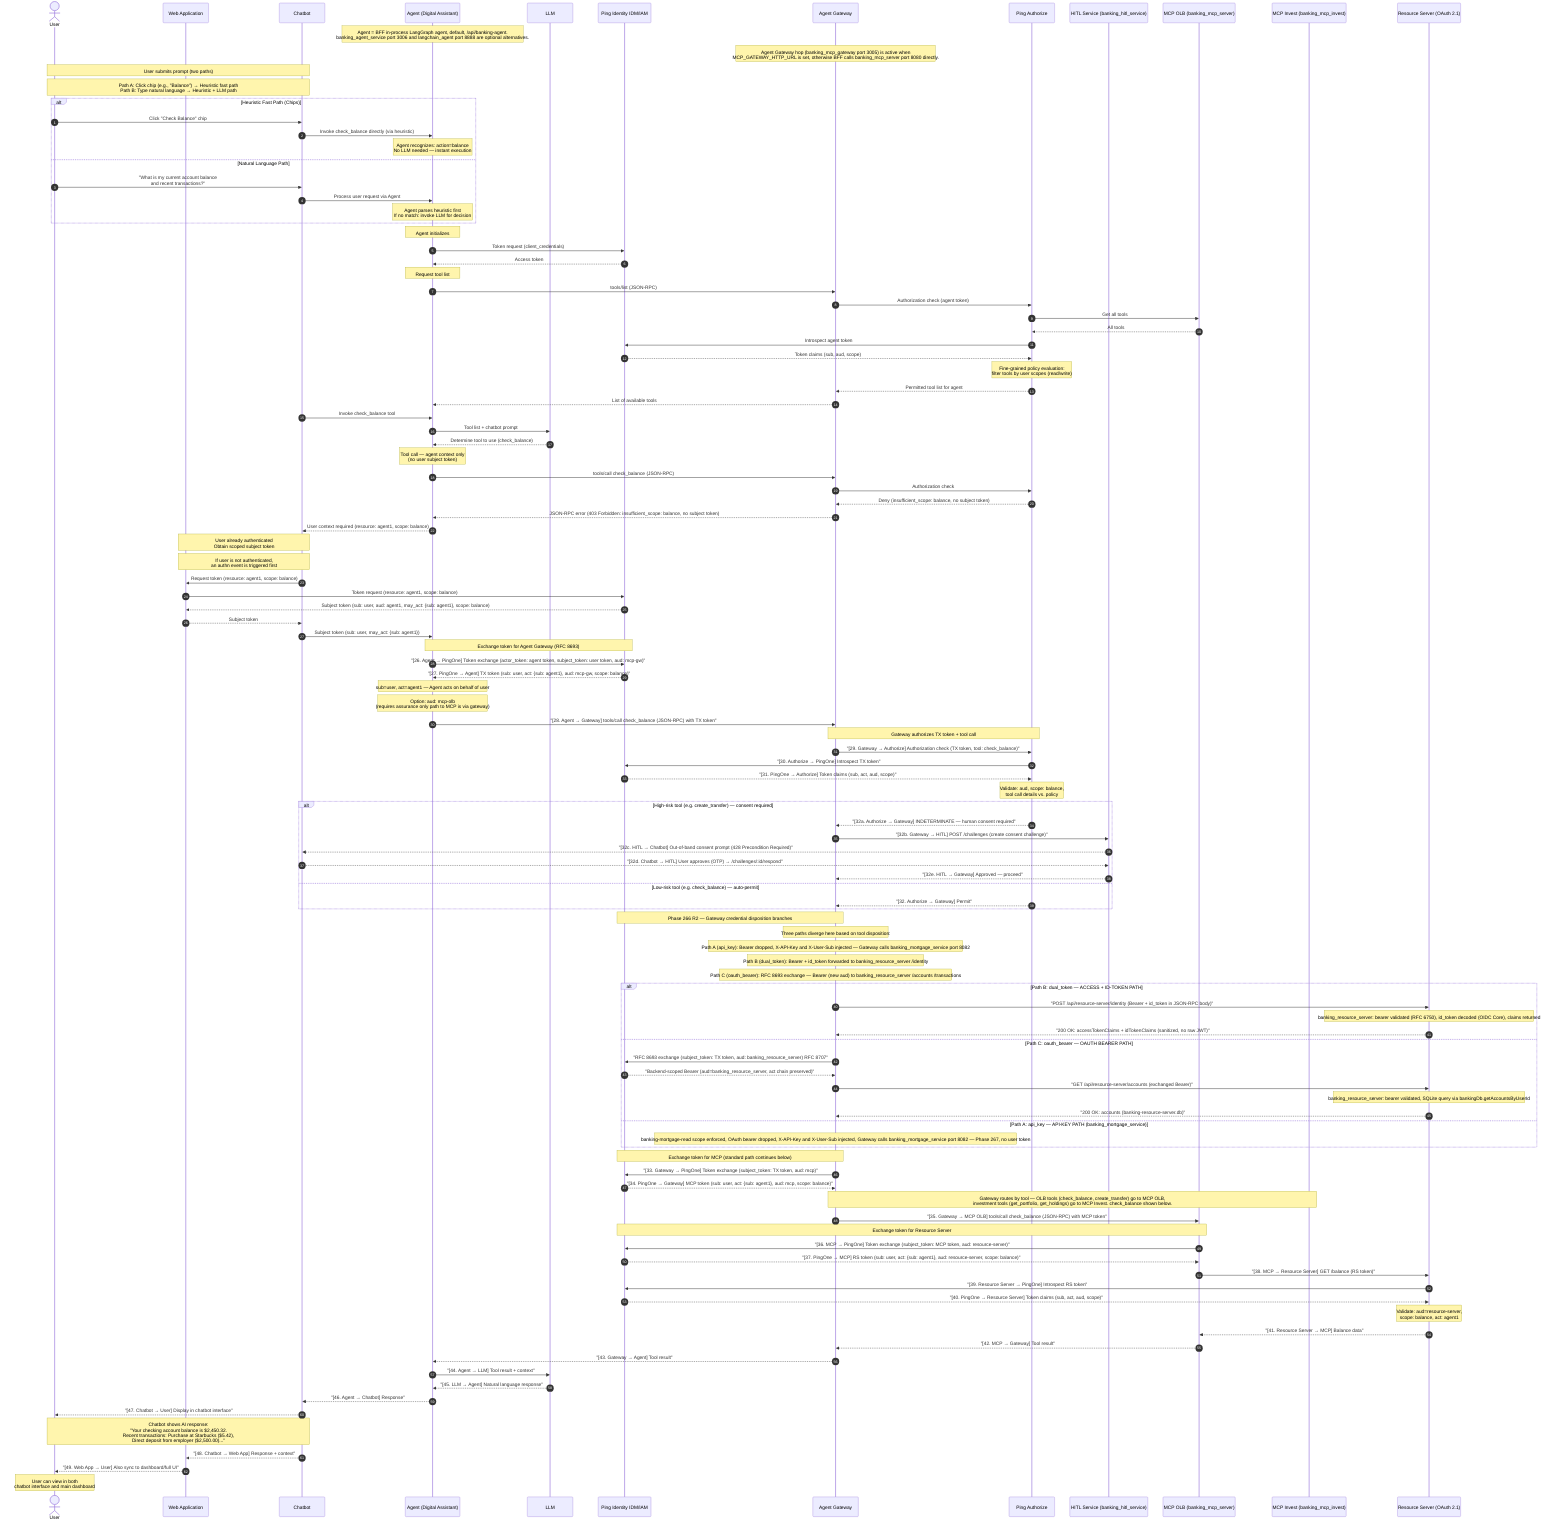
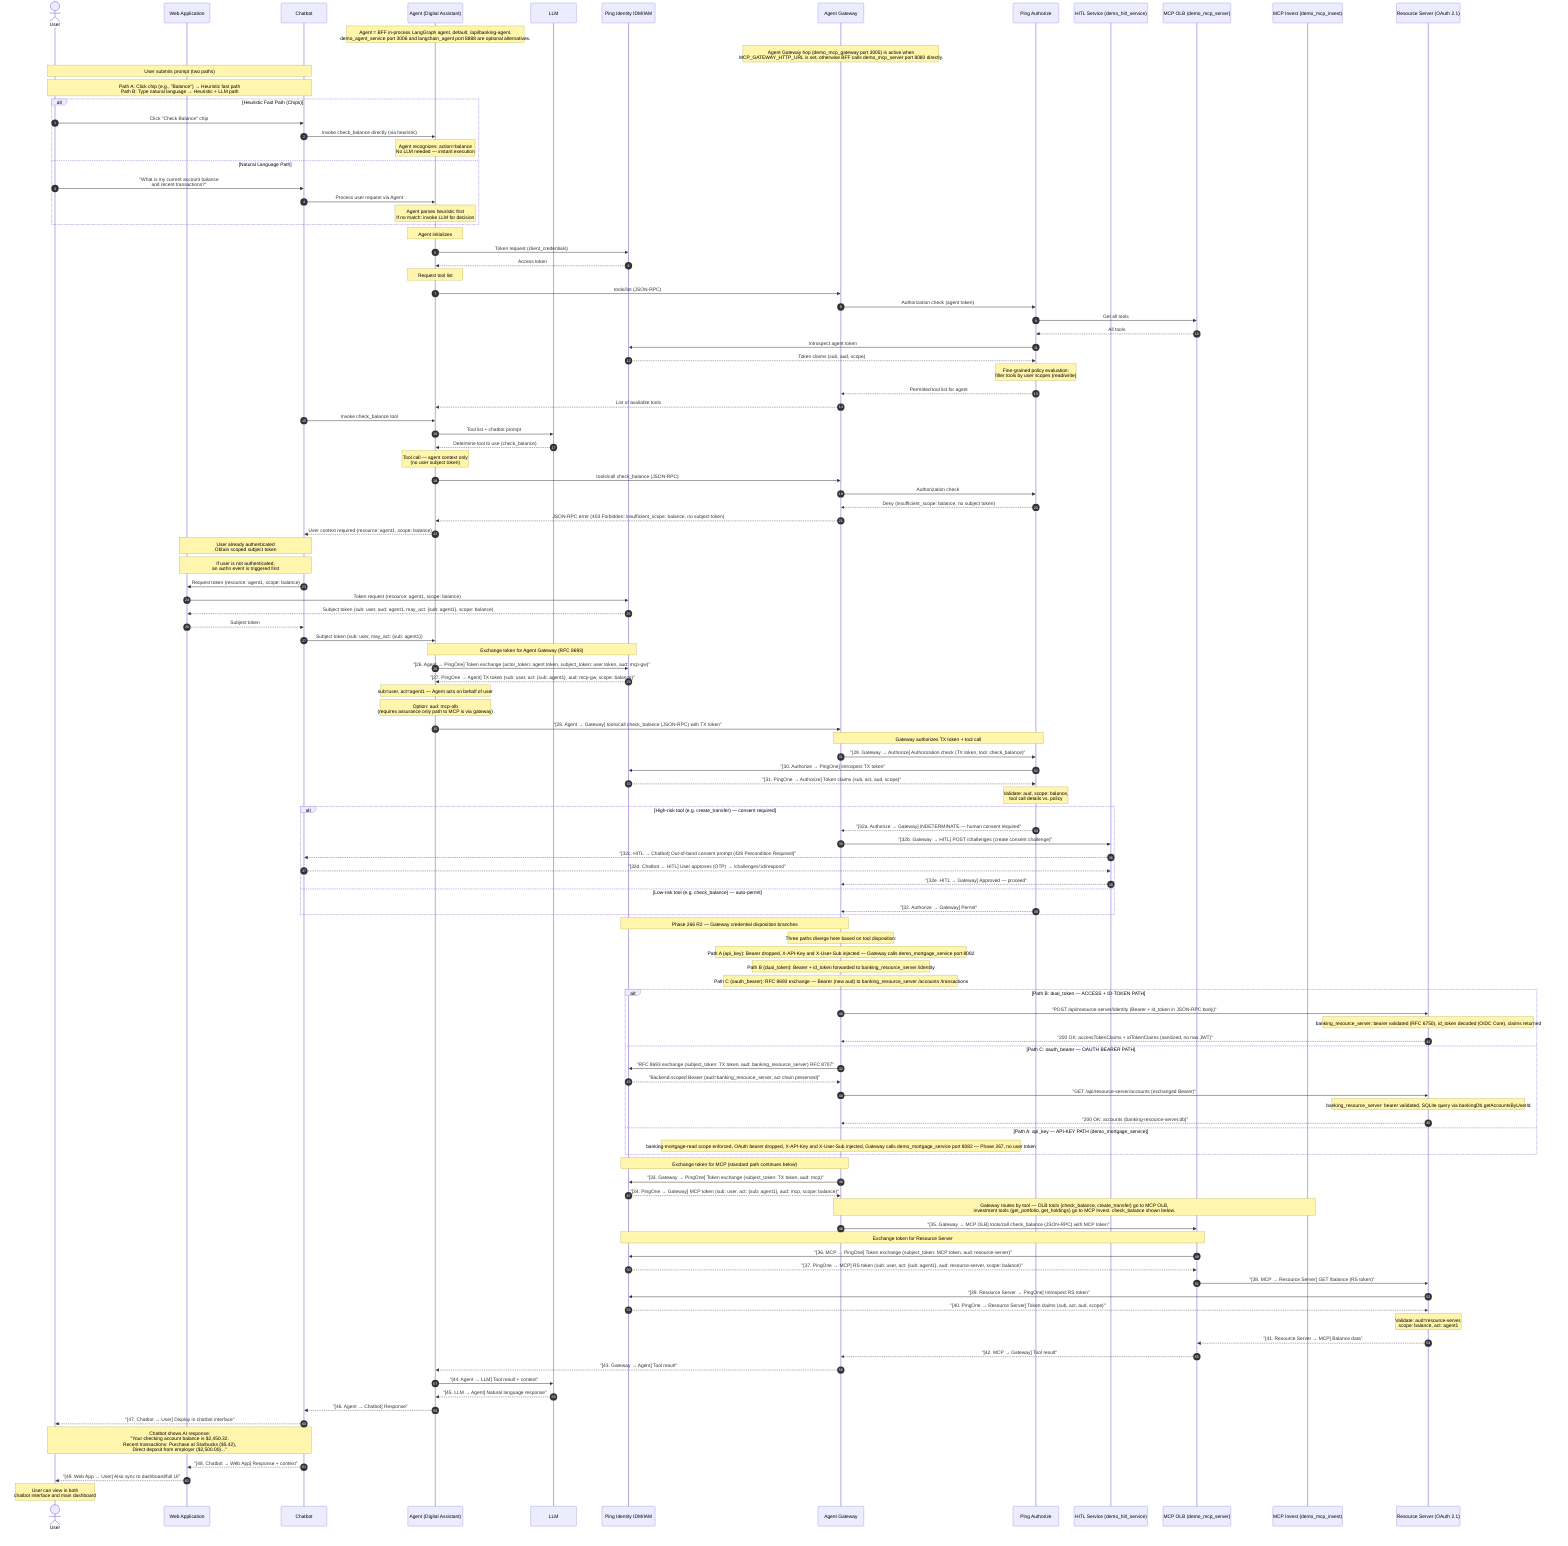
%% Phase 266 R2 (2026-05-11): Three credential dispositions at the Agent Gateway.
- %% Path A (api_key): scope gate (banking:mortgage:read), OAuth bearer dropped; X-API-Key + X-User-Sub injected; calls banking_mortgage_service :8082 (Phase 267).
+ %% Path A (api_key): scope gate (banking:mortgage:read), OAuth bearer dropped; X-API-Key + X-User-Sub injected; calls demo_mortgage_service :8082 (Phase 267).
%% Path B (dual_token): Bearer + id_token forwarded to banking_resource_server /identity — RFC 8693 + RFC 8707 + OIDC Core ss3.1.3.7.
%% Path C (oauth_bearer): RFC 8693 exchange; Bearer (new aud) forwarded to banking_resource_server /accounts /transactions (SQLite-backed).
%% banking_resource_server serves both Path B and Path C at different routes with the same authenticateToken middleware.

sequenceDiagram
    autonumber
    actor U as User
    participant WA as Web Application
    participant CB as Chatbot
    participant A as Agent (Digital Assistant)
    participant LLM as LLM
    participant PID as Ping Identity IDM/IAM
    participant AG as Agent Gateway
    participant PA as Ping Authorize
-     participant HITL as HITL Service (banking_hitl_service)
-     participant MCP as MCP OLB (banking_mcp_server)
-     participant INV as MCP Invest (banking_mcp_invest)
+     participant HITL as HITL Service (demo_hitl_service)
+     participant MCP as MCP OLB (demo_mcp_server)
+     participant INV as MCP Invest (demo_mcp_invest)
    participant RS as Resource Server (OAuth 2.1)

-     Note over A: Agent = BFF in-process LangGraph agent, default, /api/banking-agent.<br/>banking_agent_service port 3006 and langchain_agent port 8888 are optional alternatives.
-     Note over AG: Agent Gateway hop (banking_mcp_gateway port 3005) is active when<br/>MCP_GATEWAY_HTTP_URL is set, otherwise BFF calls banking_mcp_server port 8080 directly.
+     Note over A: Agent = BFF in-process LangGraph agent, default, /api/banking-agent.<br/>demo_agent_service port 3006 and langchain_agent port 8888 are optional alternatives.
+     Note over AG: Agent Gateway hop (demo_mcp_gateway port 3005) is active when<br/>MCP_GATEWAY_HTTP_URL is set, otherwise BFF calls demo_mcp_server port 8080 directly.

    Note over U,CB: User submits prompt (two paths)
    Note over U,CB: Path A: Click chip (e.g., "Balance") → Heuristic fast path<br/>Path B: Type natural language → Heuristic + LLM path

    alt Heuristic Fast Path (Chips)
        U->>CB: Click "Check Balance" chip
        CB->>A: Invoke check_balance directly (via heuristic)
        Note over A: Agent recognizes: action=balance<br/>No LLM needed — instant execution
    else Natural Language Path
        U->>CB: "What is my current account balance<br/>and recent transactions?"
        CB->>A: Process user request via Agent
        Note over A: Agent parses heuristic first<br/>If no match: invoke LLM for decision
    end

    Note over A: Agent initializes
    A->>PID: Token request (client_credentials)
    PID-->>A: Access token

    Note over A: Request tool list
    A->>AG: tools/list (JSON-RPC)
    AG->>PA: Authorization check (agent token)
    PA->>MCP: Get all tools
    MCP-->>PA: All tools
    PA->>PID: Introspect agent token
    PID-->>PA: Token claims (sub, aud, scope)
    Note over PA: Fine-grained policy evaluation:<br/>filter tools by user scopes (read/write)
    PA-->>AG: Permitted tool list for agent
    AG-->>A: List of available tools
    CB->>A: Invoke check_balance tool
    A->>LLM: Tool list + chatbot prompt
    LLM-->>A: Determine tool to use (check_balance)

    Note over A: Tool call — agent context only <br/> (no user subject token)
    A->>AG: tools/call check_balance (JSON-RPC)
    AG->>PA: Authorization check
    PA-->>AG: Deny (insufficient_scope: balance, no subject token)
    AG-->>A: JSON-RPC error (403 Forbidden: insufficient_scope: balance, no subject token)

    A-->>CB: User context required (resource: agent1, scope: balance)

    Note over CB,WA: User already authenticated <br/>Obtain scoped subject token
    Note over CB,WA: If user is not authenticated,<br/>an authn event is triggered first
    CB->>WA: Request token (resource: agent1, scope: balance)
    WA->>PID: Token request (resource: agent1, scope: balance)
    PID-->>WA: Subject token (sub: user, aud: agent1, may_act: {sub: agent1}, scope: balance)
    WA-->>CB: Subject token
    CB->>A: Subject token (sub: user, may_act: {sub: agent1})

    Note over A,PID: Exchange token for Agent Gateway (RFC 8693)
    A->>PID: "[26. Agent → PingOne] Token exchange (actor_token: agent token, subject_token: user token, aud: mcp-gw)"
    PID-->>A: "[27. PingOne → Agent] TX token (sub: user, act: {sub: agent1}, aud: mcp-gw, scope: balance)"
    Note over A: sub=user, act=agent1 — Agent acts on behalf of user
    Note over A: Option: aud: mcp-olb<br/>(requires assurance only path to MCP is via gateway)

    A->>AG: "[28. Agent → Gateway] tools/call check_balance (JSON-RPC) with TX token"

    Note over AG,PA: Gateway authorizes TX token + tool call
    AG->>PA: "[29. Gateway → Authorize] Authorization check (TX token, tool: check_balance)"
    PA->>PID: "[30. Authorize → PingOne] Introspect TX token"
    PID-->>PA: "[31. PingOne → Authorize] Token claims (sub, act, aud, scope)"
    Note over PA: Validate: aud, scope: balance,<br/>tool call details vs. policy
    alt High-risk tool (e.g. create_transfer) — consent required
        PA-->>AG: "[32a. Authorize → Gateway] INDETERMINATE — human consent required"
        AG->>HITL: "[32b. Gateway → HITL] POST /challenges (create consent challenge)"
        HITL-->>CB: "[32c. HITL → Chatbot] Out-of-band consent prompt (428 Precondition Required)"
        CB-->>HITL: "[32d. Chatbot → HITL] User approves (OTP) → /challenges/:id/respond"
        HITL-->>AG: "[32e. HITL → Gateway] Approved — proceed"
    else Low-risk tool (e.g. check_balance) — auto-permit
        PA-->>AG: "[32. Authorize → Gateway] Permit"
    end
    Note over AG,PID: Phase 266 R2 — Gateway credential disposition branches
    Note over AG: Three paths diverge here based on tool disposition:
-     Note over AG: Path A (api_key): Bearer dropped, X-API-Key and X-User-Sub injected — Gateway calls banking_mortgage_service port 8082
+     Note over AG: Path A (api_key): Bearer dropped, X-API-Key and X-User-Sub injected — Gateway calls demo_mortgage_service port 8082
    Note over AG: Path B (dual_token): Bearer + id_token forwarded to banking_resource_server /identity
    Note over AG: Path C (oauth_bearer): RFC 8693 exchange — Bearer (new aud) to banking_resource_server /accounts /transactions

    alt Path B: dual_token — ACCESS + ID-TOKEN PATH
        AG->>RS: "POST /api/resource-server/identity (Bearer + id_token in JSON-RPC body)"
        Note over RS: banking_resource_server: bearer validated (RFC 6750), id_token decoded (OIDC Core), claims returned
        RS-->>AG: "200 OK: accessTokenClaims + idTokenClaims (sanitized, no raw JWT)"
    else Path C: oauth_bearer — OAUTH BEARER PATH
        AG->>PID: "RFC 8693 exchange (subject_token: TX token, aud: banking_resource_server) RFC 8707"
        PID-->>AG: "Backend-scoped Bearer (aud=banking_resource_server, act chain preserved)"
        AG->>RS: "GET /api/resource-server/accounts (exchanged Bearer)"
        Note over RS: banking_resource_server: bearer validated, SQLite query via bankingDb.getAccountsByUserId
        RS-->>AG: "200 OK: accounts (banking-resource-server.db)"
-     else Path A: api_key — API-KEY PATH (banking_mortgage_service)
-         Note over AG: banking-mortgage-read scope enforced, OAuth bearer dropped, X-API-Key and X-User-Sub injected, Gateway calls banking_mortgage_service port 8082 — Phase 267, no user token
+     else Path A: api_key — API-KEY PATH (demo_mortgage_service)
+         Note over AG: banking-mortgage-read scope enforced, OAuth bearer dropped, X-API-Key and X-User-Sub injected, Gateway calls demo_mortgage_service port 8082 — Phase 267, no user token
    end

    Note over AG,PID: Exchange token for MCP (standard path continues below)
    AG->>PID: "[33. Gateway → PingOne] Token exchange (subject_token: TX token, aud: mcp)"
    PID-->>AG: "[34. PingOne → Gateway] MCP token (sub: user, act: {sub: agent1}, aud: mcp, scope: balance)"
    Note over AG,INV: Gateway routes by tool — OLB tools (check_balance, create_transfer) go to MCP OLB,<br/>investment tools (get_portfolio, get_holdings) go to MCP Invest. check_balance shown below.
    AG->>MCP: "[35. Gateway → MCP OLB] tools/call check_balance (JSON-RPC) with MCP token"
    Note over MCP,PID: Exchange token for Resource Server
    MCP->>PID: "[36. MCP → PingOne] Token exchange (subject_token: MCP token, aud: resource-server)"
    PID-->>MCP: "[37. PingOne → MCP] RS token (sub: user, act: {sub: agent1}, aud: resource-server, scope: balance)"
    MCP->>RS: "[38. MCP → Resource Server] GET /balance (RS token)"
    RS->>PID: "[39. Resource Server → PingOne] Introspect RS token"
    PID-->>RS: "[40. PingOne → Resource Server] Token claims (sub, act, aud, scope)"
    Note over RS: Validate: aud=resource-server,<br/>scope: balance, act: agent1
    RS-->>MCP: "[41. Resource Server → MCP] Balance data"
    MCP-->>AG: "[42. MCP → Gateway] Tool result"
    AG-->>A: "[43. Gateway → Agent] Tool result"
    A->>LLM: "[44. Agent → LLM] Tool result + context"
    LLM-->>A: "[45. LLM → Agent] Natural language response"
    A-->>CB: "[46. Agent → Chatbot] Response"
    CB-->>U: "[47. Chatbot → User] Display in chatbot interface"
    Note over CB,U: Chatbot shows AI response:<br/>"Your checking account balance is $2,450.32.<br/>Recent transactions: Purchase at Starbucks ($5.42),<br/>Direct deposit from employer ($2,500.00)..."
    CB-->>WA: "[48. Chatbot → Web App] Response + context"
    WA-->>U: "[49. Web App → User] Also sync to dashboard/full UI"
    Note over U: User can view in both<br/>chatbot interface and main dashboard
